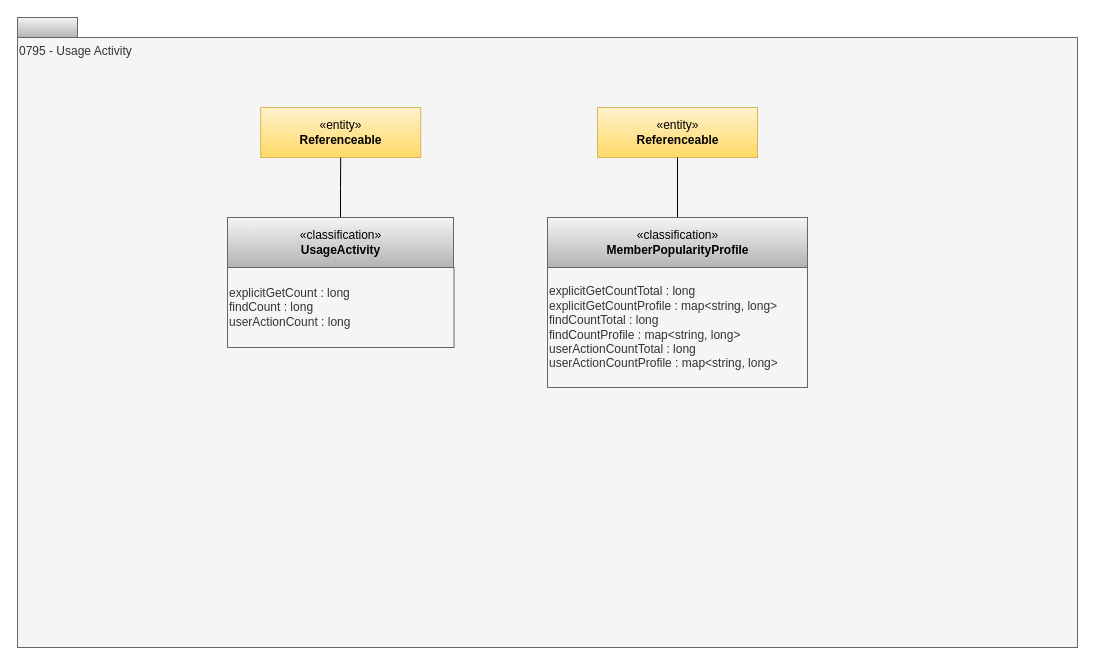
Above: page "0795-Usage-Activity" (20 of 20) of site/docs/types/7/area-7-lineage.drawio in odpi/egeria-docs (draw.io), before the change. Source tidied: cells renumbered, new cells numbered last; positions are measured from the earlier drawing's top-left corner, leaving out a move shared by most shapes. Both pictures are drawn from the tidied source at 100%, with x=0, y=0 at pixel (17, 17).
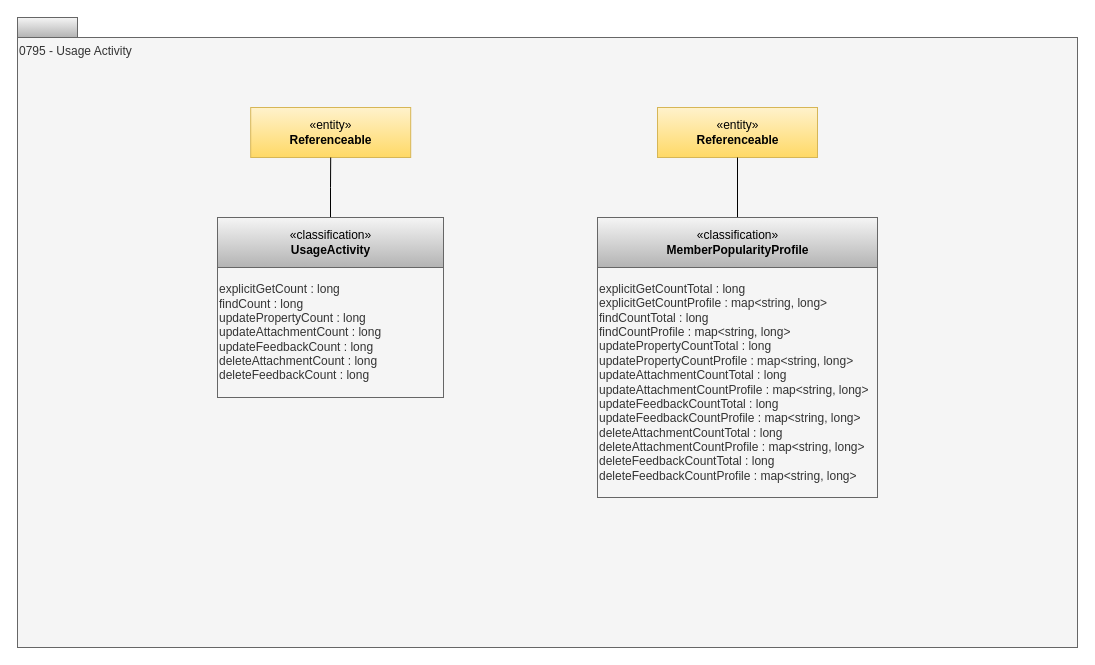
Above is the later version.

Change to the diagram source:
```diff
@@
 <mxGraphModel>
   <root>
     <mxCell id="0" />
     <mxCell id="1" parent="0" />
     <mxCell id="2" style="rounded=0;whiteSpace=wrap;html=1;align=left;fillColor=#f5f5f5;strokeColor=#666666;gradientColor=#b3b3b3;" parent="1" vertex="1">
       <mxGeometry width="60" height="20" as="geometry" />
     </mxCell>
     <mxCell id="3" value="0795 - Usage Activity" style="rounded=0;whiteSpace=wrap;html=1;align=left;verticalAlign=top;fillColor=#f5f5f5;fontColor=#333333;strokeColor=#666666;" parent="1" vertex="1">
       <mxGeometry y="20" width="1060" height="610" as="geometry" />
     </mxCell>
     <mxCell id="4" value="«entity»&lt;br&gt;&lt;b&gt;Referenceable&lt;/b&gt;" style="html=1;strokeColor=#d6b656;align=center;fillColor=#fff2cc;gradientColor=#ffd966;" parent="1" vertex="1">
-      <mxGeometry x="243.2" y="90" width="160" height="50" as="geometry" />
+      <mxGeometry x="233.2" y="90" width="160" height="50" as="geometry" />
     </mxCell>
     <mxCell id="5" style="edgeStyle=orthogonalEdgeStyle;rounded=0;html=1;exitX=0.5;exitY=0;endArrow=none;endFill=0;jettySize=auto;entryX=0.5;entryY=1;entryDx=0;entryDy=0;exitDx=0;exitDy=0;" parent="1" edge="1" source="7" target="4">
       <mxGeometry relative="1" as="geometry" />
     </mxCell>
-    <mxCell id="6" value="explicitGetCount : long&lt;div&gt;findCount : long&lt;/div&gt;&lt;div&gt;userActionCount : long&lt;/div&gt;" style="rounded=0;whiteSpace=wrap;html=1;strokeColor=#666666;align=left;fillColor=#f5f5f5;fontColor=#333333;" parent="1" vertex="1">
-      <mxGeometry x="210" y="250" width="226.5" height="80" as="geometry" />
+    <mxCell id="6" value="explicitGetCount : long&lt;div&gt;findCount : long&lt;/div&gt;&lt;div&gt;updatePropertyCount : long&lt;/div&gt;&lt;div&gt;updateAttachmentCount : long&lt;/div&gt;&lt;div&gt;updateFeedbackCount : long&lt;/div&gt;&lt;div&gt;deleteAttachmentCount : long&lt;/div&gt;&lt;div&gt;deleteFeedbackCount : long&lt;/div&gt;" style="rounded=0;whiteSpace=wrap;html=1;strokeColor=#666666;align=left;fillColor=#f5f5f5;fontColor=#333333;" parent="1" vertex="1">
+      <mxGeometry x="200" y="250" width="226" height="130" as="geometry" />
     </mxCell>
     <mxCell id="7" value="«classification»&lt;br&gt;&lt;b&gt;UsageActivity&lt;/b&gt;" style="html=1;strokeColor=#666666;align=center;fillColor=#f5f5f5;gradientColor=#b3b3b3;" parent="1" vertex="1">
-      <mxGeometry x="210" y="200" width="226" height="50" as="geometry" />
+      <mxGeometry x="200" y="200" width="226" height="50" as="geometry" />
     </mxCell>
     <mxCell id="8" value="«entity»&lt;br&gt;&lt;b&gt;Referenceable&lt;/b&gt;" style="html=1;strokeColor=#d6b656;align=center;fillColor=#fff2cc;gradientColor=#ffd966;" parent="1" vertex="1">
-      <mxGeometry x="580" y="90" width="160" height="50" as="geometry" />
+      <mxGeometry x="640" y="90" width="160" height="50" as="geometry" />
     </mxCell>
     <mxCell id="9" style="edgeStyle=orthogonalEdgeStyle;rounded=0;html=1;exitX=0.5;exitY=0;endArrow=none;endFill=0;jettySize=auto;entryX=0.5;entryY=1;entryDx=0;entryDy=0;exitDx=0;exitDy=0;" parent="1" edge="1" source="11" target="8">
       <mxGeometry relative="1" as="geometry" />
     </mxCell>
-    <mxCell id="10" value="explicitGetCountTotal : long&lt;div&gt;explicitGetCountProfile : map&amp;lt;string, long&amp;gt;&lt;br&gt;&lt;div&gt;findCountTotal : long&lt;/div&gt;&lt;div&gt;findCountProfile :&amp;nbsp;&lt;span style=&quot;background-color: transparent; color: light-dark(rgb(51, 51, 51), rgb(193, 193, 193));&quot;&gt;map&amp;lt;string, long&amp;gt;&lt;/span&gt;&lt;/div&gt;&lt;div&gt;userActionCountTotal : long&lt;/div&gt;&lt;div&gt;&lt;span style=&quot;background-color: transparent; color: light-dark(rgb(51, 51, 51), rgb(193, 193, 193));&quot;&gt;userActionCountProfile :&amp;nbsp;&lt;/span&gt;&lt;span style=&quot;background-color: transparent; color: light-dark(rgb(51, 51, 51), rgb(193, 193, 193));&quot;&gt;map&amp;lt;string, long&amp;gt;&lt;/span&gt;&lt;/div&gt;&lt;/div&gt;" style="rounded=0;whiteSpace=wrap;html=1;strokeColor=#666666;align=left;fillColor=#f5f5f5;fontColor=#333333;" parent="1" vertex="1">
-      <mxGeometry x="530" y="250" width="260" height="120" as="geometry" />
+    <mxCell id="10" value="explicitGetCountTotal : long&lt;div&gt;explicitGetCountProfile : map&amp;lt;string, long&amp;gt;&lt;br&gt;&lt;div&gt;findCountTotal : long&lt;/div&gt;&lt;div&gt;findCountProfile :&amp;nbsp;&lt;span style=&quot;background-color: transparent; color: light-dark(rgb(51, 51, 51), rgb(193, 193, 193));&quot;&gt;map&amp;lt;string, long&amp;gt;&lt;/span&gt;&lt;/div&gt;&lt;div&gt;updatePropertyCountTotal : long&lt;/div&gt;&lt;div&gt;&lt;span style=&quot;background-color: transparent; color: light-dark(rgb(51, 51, 51), rgb(193, 193, 193));&quot;&gt;updatePropertyCountProfile :&amp;nbsp;&lt;/span&gt;&lt;span style=&quot;background-color: transparent; color: light-dark(rgb(51, 51, 51), rgb(193, 193, 193));&quot;&gt;map&amp;lt;string, long&amp;gt;&lt;/span&gt;&lt;/div&gt;&lt;/div&gt;&lt;div&gt;&lt;div&gt;updateAttachmentCountTotal : long&lt;/div&gt;&lt;div&gt;&lt;div&gt;&lt;span style=&quot;background-color: transparent; color: light-dark(rgb(51, 51, 51), rgb(193, 193, 193));&quot;&gt;updateAttachmentCountProfile : &lt;/span&gt;&lt;span style=&quot;background-color: transparent; color: light-dark(rgb(51, 51, 51), rgb(193, 193, 193));&quot;&gt;map&amp;lt;string, long&amp;gt;&lt;/span&gt;&lt;/div&gt;&lt;div&gt;&lt;/div&gt;&lt;/div&gt;&lt;div&gt;updateFeedbackCountTotal : long&lt;/div&gt;&lt;div&gt;&lt;div&gt;&lt;span style=&quot;background-color: transparent; color: light-dark(rgb(51, 51, 51), rgb(193, 193, 193));&quot;&gt;updateFeedbackCountProfile : &lt;/span&gt;&lt;span style=&quot;background-color: transparent; color: light-dark(rgb(51, 51, 51), rgb(193, 193, 193));&quot;&gt;map&amp;lt;string, long&amp;gt;&lt;/span&gt;&lt;/div&gt;&lt;div&gt;&lt;/div&gt;&lt;/div&gt;&lt;div&gt;deleteAttachmentCountTotal : long&lt;/div&gt;&lt;div&gt;&lt;div&gt;&lt;span style=&quot;background-color: transparent; color: light-dark(rgb(51, 51, 51), rgb(193, 193, 193));&quot;&gt;deleteAttachmentCountProfile : &lt;/span&gt;&lt;span style=&quot;background-color: transparent; color: light-dark(rgb(51, 51, 51), rgb(193, 193, 193));&quot;&gt;map&amp;lt;string, long&amp;gt;&lt;/span&gt;&lt;/div&gt;&lt;div&gt;&lt;/div&gt;&lt;/div&gt;&lt;div&gt;deleteFeedbackCountTotal : long&lt;/div&gt;&lt;/div&gt;&lt;div&gt;&lt;div&gt;&lt;span style=&quot;background-color: transparent; color: light-dark(rgb(51, 51, 51), rgb(193, 193, 193));&quot;&gt;deleteFeedbackCountProfile : &lt;/span&gt;&lt;span style=&quot;background-color: transparent; color: light-dark(rgb(51, 51, 51), rgb(193, 193, 193));&quot;&gt;map&amp;lt;string, long&amp;gt;&lt;/span&gt;&lt;/div&gt;&lt;div&gt;&lt;/div&gt;&lt;/div&gt;" style="rounded=0;whiteSpace=wrap;html=1;strokeColor=#666666;align=left;fillColor=#f5f5f5;fontColor=#333333;" parent="1" vertex="1">
+      <mxGeometry x="580" y="250" width="280" height="230" as="geometry" />
     </mxCell>
     <mxCell id="11" value="«classification»&lt;br&gt;&lt;b&gt;MemberPopularityProfile&lt;/b&gt;" style="html=1;strokeColor=#666666;align=center;fillColor=#f5f5f5;gradientColor=#b3b3b3;" parent="1" vertex="1">
-      <mxGeometry x="530" y="200" width="260" height="50" as="geometry" />
+      <mxGeometry x="580" y="200" width="280" height="50" as="geometry" />
     </mxCell>
   </root>
 </mxGraphModel>
```
